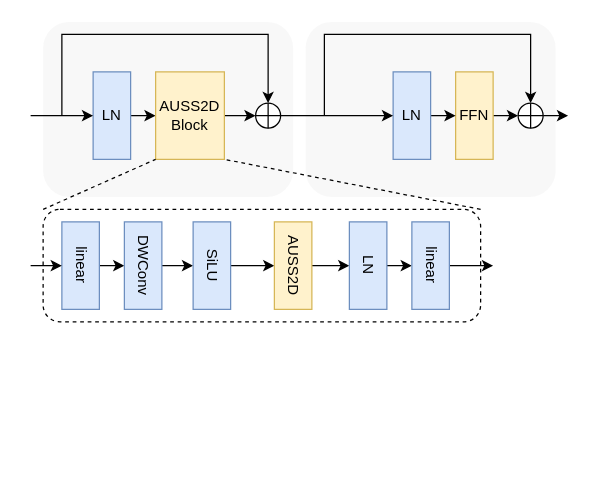
Before: block.drawio in MeriRenko/DeepLearning, a draw.io diagram. Source tidied: cells renumbered, new cells numbered last; positions are measured from the earlier drawing's top-left corner, leaving out a move shared by most shapes. Both pictures are drawn from the tidied source at 125%, with x=0, y=0 at pixel (30, 21).
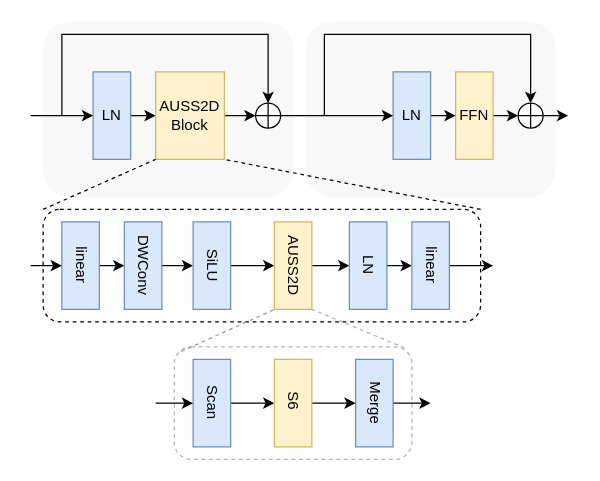
Above is the later version.

The change refers to these unchanged cells:
```xml
<mxCell id="32" value="AUSS2D" style="rounded=0;whiteSpace=wrap;html=1;fillColor=#FFF2CC;strokeColor=#d6b656;direction=south;textDirection=vertical-rl;" parent="1" vertex="1">
  <mxGeometry x="195" y="160" width="30" height="70" as="geometry" />
</mxCell>
```

What changed in the source:
```diff
@@
+    <mxCell id="40" style="rounded=1;whiteSpace=wrap;html=1;dashed=1;strokeColor=#B3B3B3;" parent="1" vertex="1">
+      <mxGeometry x="115" y="260" width="190" height="90" as="geometry" />
+    </mxCell>
@@
+    <mxCell id="41" style="edgeStyle=orthogonalEdgeStyle;rounded=0;jettySize=auto;html=1;exitX=0.5;exitY=0;exitDx=0;exitDy=0;entryX=0.5;entryY=1;entryDx=0;entryDy=0;" parent="1" edge="1" source="42" target="46">
+      <mxGeometry relative="1" as="geometry" />
+    </mxCell>
+    <mxCell id="42" value="Scan" style="rounded=0;whiteSpace=wrap;html=1;fillColor=#dae8fc;strokeColor=#6c8ebf;direction=south;textDirection=vertical-rl;flipH=1;flipV=0;verticalAlign=middle;align=center;horizontal=1;fontSize=12;" parent="1" vertex="1">
+      <mxGeometry x="130" y="270" width="30" height="70" as="geometry" />
+    </mxCell>
+    <mxCell id="43" style="edgeStyle=orthogonalEdgeStyle;rounded=0;jettySize=auto;html=1;exitX=0.5;exitY=0;exitDx=0;exitDy=0;" parent="1" edge="1" source="44">
+      <mxGeometry relative="1" as="geometry">
+        <mxPoint x="320" y="304.7" as="targetPoint" />
+      </mxGeometry>
+    </mxCell>
+    <mxCell id="44" value="Merge" style="rounded=0;whiteSpace=wrap;html=1;fillColor=#dae8fc;strokeColor=#6c8ebf;direction=south;textDirection=vertical-rl;flipH=1;flipV=0;verticalAlign=middle;align=center;horizontal=1;fontSize=12;" parent="1" vertex="1">
+      <mxGeometry x="260" y="270" width="30" height="70" as="geometry" />
+    </mxCell>
+    <mxCell id="45" style="edgeStyle=orthogonalEdgeStyle;rounded=0;jettySize=auto;html=1;exitX=0.5;exitY=0;exitDx=0;exitDy=0;entryX=0.5;entryY=1;entryDx=0;entryDy=0;" parent="1" edge="1" source="46" target="44">
+      <mxGeometry relative="1" as="geometry" />
+    </mxCell>
+    <mxCell id="46" value="S6&amp;nbsp;" style="rounded=0;whiteSpace=wrap;html=1;fillColor=#fff2cc;strokeColor=#d6b656;direction=south;textDirection=vertical-rl;flipH=1;flipV=0;verticalAlign=middle;align=center;horizontal=1;fontSize=12;" parent="1" vertex="1">
+      <mxGeometry x="195" y="270" width="30" height="70" as="geometry" />
+    </mxCell>
+    <mxCell id="47" style="endArrow=none;dashed=1;html=1;strokeWidth=1;rounded=0;entryX=1;entryY=0;entryDx=0;entryDy=0;exitX=0.97;exitY=0.01;exitDx=0;exitDy=0;curved=0;exitPerimeter=0;strokeColor=#B3B3B3;" parent="1" edge="1" source="40" target="32">
+      <mxGeometry relative="1" as="geometry" />
+    </mxCell>
+    <mxCell id="48" style="endArrow=none;dashed=1;html=1;strokeWidth=1;rounded=0;entryX=1;entryY=1;entryDx=0;entryDy=0;exitX=0.029;exitY=0.041;exitDx=0;exitDy=0;curved=0;exitPerimeter=0;strokeColor=#999999;" parent="1" edge="1" source="40" target="32">
+      <mxGeometry relative="1" as="geometry" />
+    </mxCell>
+    <mxCell id="49" style="endArrow=classic;html=1;rounded=0;entryX=0.5;entryY=1;entryDx=0;entryDy=0;" parent="1" edge="1" target="42">
+      <mxGeometry relative="1" as="geometry">
+        <mxPoint x="100" y="305" as="sourcePoint" />
+      </mxGeometry>
+    </mxCell>
```
